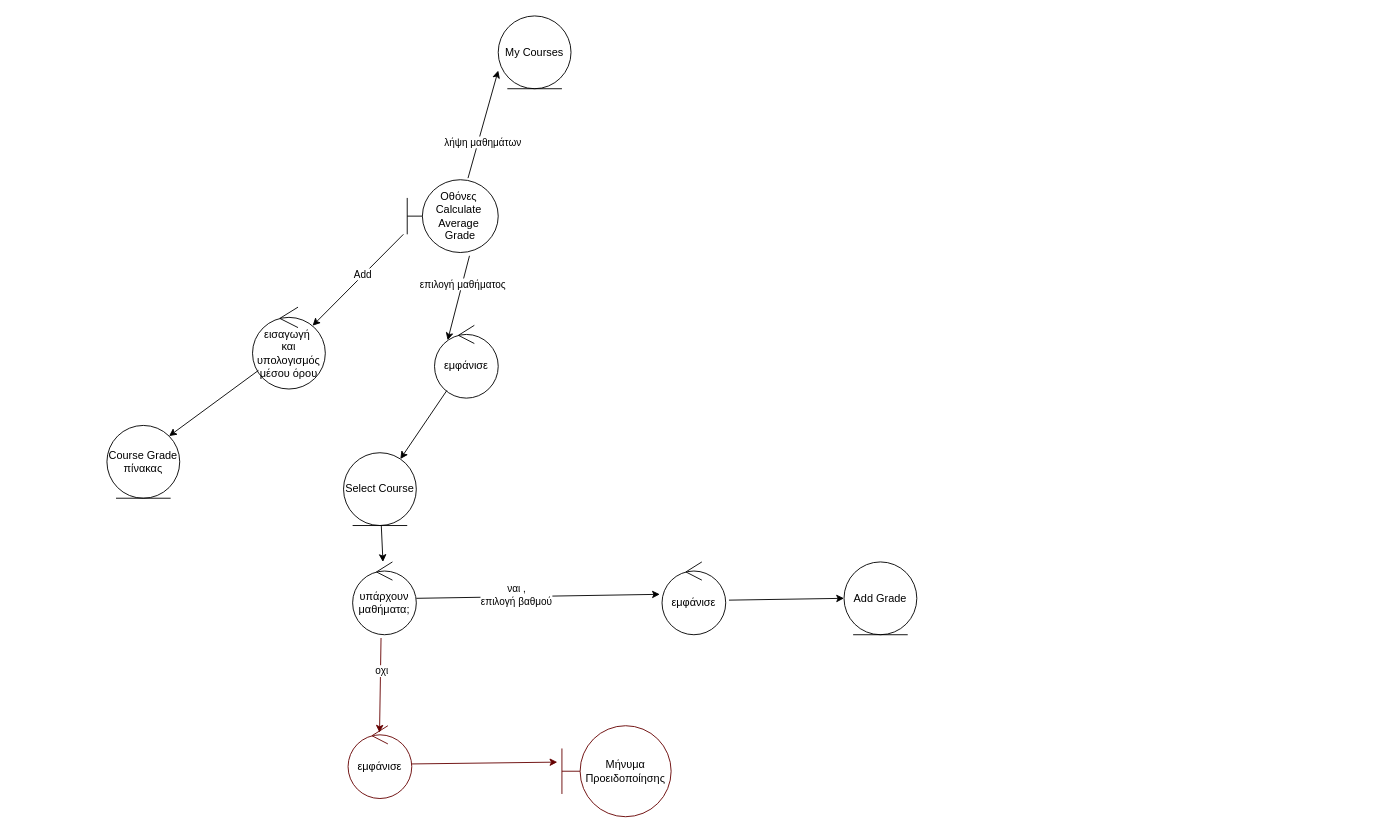
Earlier version of the draw.io diagram Calculate Average Grade.drawio (aflorentia/uniNode). Source tidied: cells renumbered, new cells numbered last; positions are measured from the earlier drawing's top-left corner, leaving out a move shared by most shapes. Both pictures are drawn from the tidied source at 91%, with x=0, y=0 at pixel (106, 15).
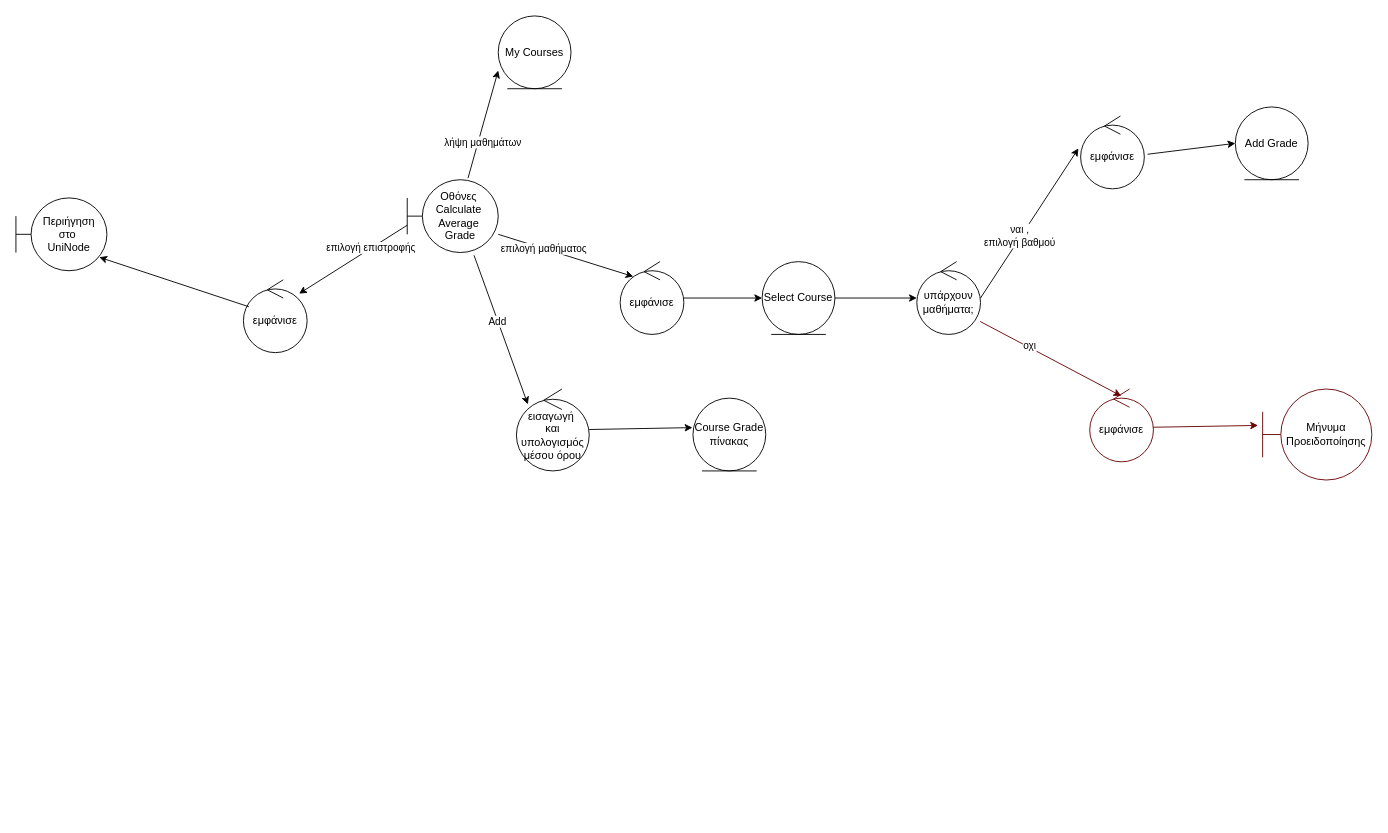
Above is the later version.

The change refers to these unchanged cells:
```xml
<mxCell id="2" value="Οθόνες&amp;nbsp;&lt;br&gt;Calculate&amp;nbsp;&lt;br&gt;Average&amp;nbsp;&lt;br&gt;Grade" style="shape=umlBoundary;whiteSpace=wrap;html=1;" parent="1" vertex="1">
  <mxGeometry x="330" y="180" width="100" height="80" as="geometry" />
</mxCell>
```

What changed in the source:
```diff
@@
     <mxCell id="6" value="εμφάνισε" style="ellipse;shape=umlControl;whiteSpace=wrap;html=1;" parent="1" vertex="1">
-      <mxGeometry x="360" y="340" width="70" height="80" as="geometry" />
+      <mxGeometry x="564" y="270" width="70" height="80" as="geometry" />
     </mxCell>
-    <mxCell id="7" style="endArrow=classic;html=1;exitX=0.684;exitY=1.045;exitDx=0;exitDy=0;exitPerimeter=0;entryX=0.206;entryY=0.205;entryDx=0;entryDy=0;entryPerimeter=0;" parent="1" edge="1" source="2" target="6">
+    <mxCell id="7" style="endArrow=classic;html=1;exitX=1;exitY=0.75;exitDx=0;exitDy=0;exitPerimeter=0;entryX=0.206;entryY=0.205;entryDx=0;entryDy=0;entryPerimeter=0;" parent="1" edge="1" source="2" target="6">
       <mxGeometry relative="1" as="geometry" />
     </mxCell>
@@
     <mxCell id="10" value="Select Course" style="ellipse;shape=umlEntity;whiteSpace=wrap;html=1;" parent="1" vertex="1">
-      <mxGeometry x="260" y="480" width="80" height="80" as="geometry" />
+      <mxGeometry x="720" y="270" width="80" height="80" as="geometry" />
     </mxCell>
@@
     <mxCell id="12" value="υπάρχουν μαθήματα;" style="ellipse;shape=umlControl;whiteSpace=wrap;html=1;" parent="1" vertex="1">
-      <mxGeometry x="270" y="600" width="70" height="80" as="geometry" />
+      <mxGeometry x="890" y="270" width="70" height="80" as="geometry" />
     </mxCell>
-    <mxCell id="13" style="endArrow=classic;html=1;exitX=0.446;exitY=1.045;exitDx=0;exitDy=0;exitPerimeter=0;entryX=0.494;entryY=0.095;entryDx=0;entryDy=0;entryPerimeter=0;strokeColor=#660000;" parent="1" edge="1" source="12" target="25">
+    <mxCell id="13" style="endArrow=classic;html=1;entryX=0.494;entryY=0.095;entryDx=0;entryDy=0;entryPerimeter=0;strokeColor=#660000;exitX=0.994;exitY=0.822;exitDx=0;exitDy=0;exitPerimeter=0;" parent="1" edge="1" source="12" target="25">
       <mxGeometry relative="1" as="geometry" />
     </mxCell>
@@
     <mxCell id="15" value="εμφάνισε" style="ellipse;shape=umlControl;whiteSpace=wrap;html=1;" parent="1" vertex="1">
-      <mxGeometry x="610" y="600" width="70" height="80" as="geometry" />
+      <mxGeometry x="1070" y="110" width="70" height="80" as="geometry" />
     </mxCell>
@@
     <mxCell id="18" value="Αdd Grade" style="ellipse;shape=umlEntity;whiteSpace=wrap;html=1;" parent="1" vertex="1">
-      <mxGeometry x="810" y="600" width="80" height="80" as="geometry" />
+      <mxGeometry x="1240" y="100" width="80" height="80" as="geometry" />
     </mxCell>
@@
     <mxCell id="20" value="εισαγωγή&amp;nbsp;&lt;br&gt;και&lt;br&gt;υπολογισμός&lt;br&gt;μέσου όρου" style="ellipse;shape=umlControl;whiteSpace=wrap;html=1;" parent="1" vertex="1">
-      <mxGeometry x="160" y="320" width="80" height="90" as="geometry" />
+      <mxGeometry x="450" y="410" width="80" height="90" as="geometry" />
     </mxCell>
-    <mxCell id="21" style="endArrow=classic;html=1;exitX=-0.042;exitY=0.75;exitDx=0;exitDy=0;exitPerimeter=0;entryX=0.825;entryY=0.227;entryDx=0;entryDy=0;entryPerimeter=0;" parent="1" edge="1" source="2" target="20">
+    <mxCell id="21" style="endArrow=classic;html=1;exitX=0.734;exitY=1.038;exitDx=0;exitDy=0;exitPerimeter=0;entryX=0.157;entryY=0.187;entryDx=0;entryDy=0;entryPerimeter=0;" parent="1" edge="1" source="2" target="20">
       <mxGeometry relative="1" as="geometry" />
     </mxCell>
@@
-    <mxCell id="23" style="endArrow=classic;html=1;entryX=1;entryY=0;entryDx=0;entryDy=0;" parent="1" edge="1" source="20" target="24">
+    <mxCell id="23" style="endArrow=classic;html=1;entryX=-0.007;entryY=0.405;entryDx=0;entryDy=0;entryPerimeter=0;" parent="1" edge="1" source="20" target="24">
       <mxGeometry relative="1" as="geometry" />
     </mxCell>
     <mxCell id="24" value="Course Grade&lt;br&gt;πίνακας" style="ellipse;shape=umlEntity;whiteSpace=wrap;html=1;" parent="1" vertex="1">
-      <mxGeometry y="450" width="80" height="80" as="geometry" />
+      <mxGeometry x="644" y="420" width="80" height="80" as="geometry" />
     </mxCell>
     <mxCell id="25" value="εμφάνισε" style="ellipse;shape=umlControl;whiteSpace=wrap;html=1;strokeColor=#660000;" parent="1" vertex="1">
-      <mxGeometry x="265" y="780" width="70" height="80" as="geometry" />
+      <mxGeometry x="1080" y="410" width="70" height="80" as="geometry" />
     </mxCell>
     <mxCell id="26" value="Μήνυμα Προειδοποίησης" style="shape=umlBoundary;whiteSpace=wrap;html=1;strokeColor=#660000;" parent="1" vertex="1">
-      <mxGeometry x="500" y="780" width="120" height="100" as="geometry" />
+      <mxGeometry x="1270" y="410" width="120" height="100" as="geometry" />
     </mxCell>
@@
+    <mxCell id="28" style="endArrow=classic;html=1;strokeColor=#000000;exitX=0;exitY=0.625;exitDx=0;exitDy=0;exitPerimeter=0;entryX=0.874;entryY=0.19;entryDx=0;entryDy=0;entryPerimeter=0;" parent="1" edge="1" source="2" target="30">
+      <mxGeometry relative="1" as="geometry" />
+    </mxCell>
+    <mxCell id="29" value="επιλογή επιστροφής" style="edgeLabel;html=1;align=center;verticalAlign=middle;" parent="28" vertex="1">
+      <mxGeometry x="-0.33" y="-1" relative="1" as="geometry" />
+    </mxCell>
+    <mxCell id="30" value="εμφάνισε" style="ellipse;shape=umlControl;whiteSpace=wrap;html=1;strokeColor=#000000;" parent="1" vertex="1">
+      <mxGeometry x="150" y="290" width="70" height="80" as="geometry" />
+    </mxCell>
+    <mxCell id="31" value="Περιήγηση στο&amp;nbsp;&lt;br&gt;UniNode" style="shape=umlBoundary;whiteSpace=wrap;html=1;strokeColor=#000000;" parent="1" vertex="1">
+      <mxGeometry x="-100" y="200" width="100" height="80" as="geometry" />
+    </mxCell>
+    <mxCell id="32" style="endArrow=classic;html=1;strokeColor=#000000;exitX=0.086;exitY=0.37;exitDx=0;exitDy=0;exitPerimeter=0;entryX=0.916;entryY=0.815;entryDx=0;entryDy=0;entryPerimeter=0;" parent="1" edge="1" source="30" target="31">
+      <mxGeometry relative="1" as="geometry" />
+    </mxCell>
```
